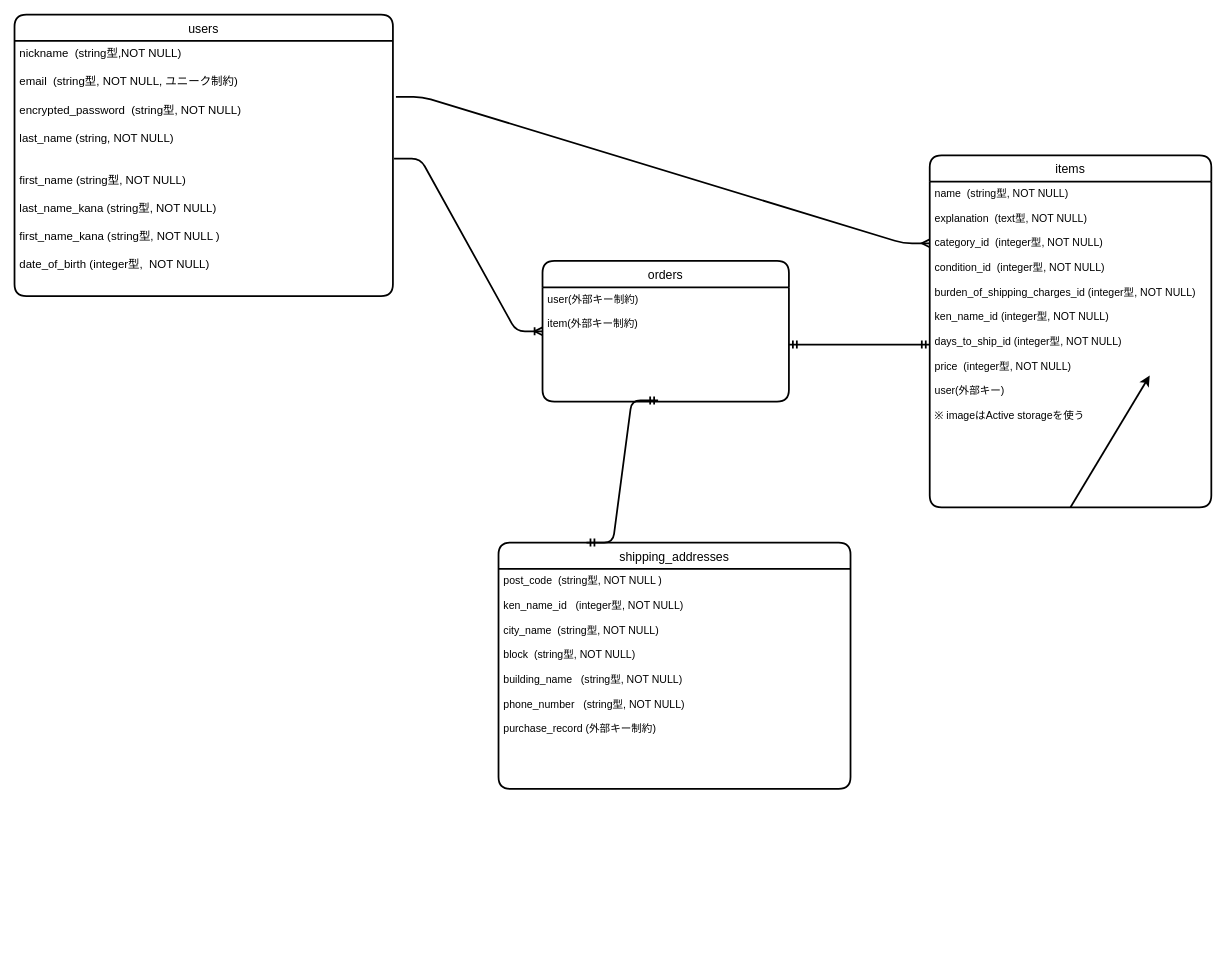
Earlier version of the draw.io diagram furima.dio (SAZAMUGAN/furima-37792). Source tidied: cells renumbered, new cells numbered last; positions are measured from the earlier drawing's top-left corner, leaving out a move shared by most shapes. Both pictures are drawn from the tidied source at 88%, with x=0, y=0 at pixel (14, 14).
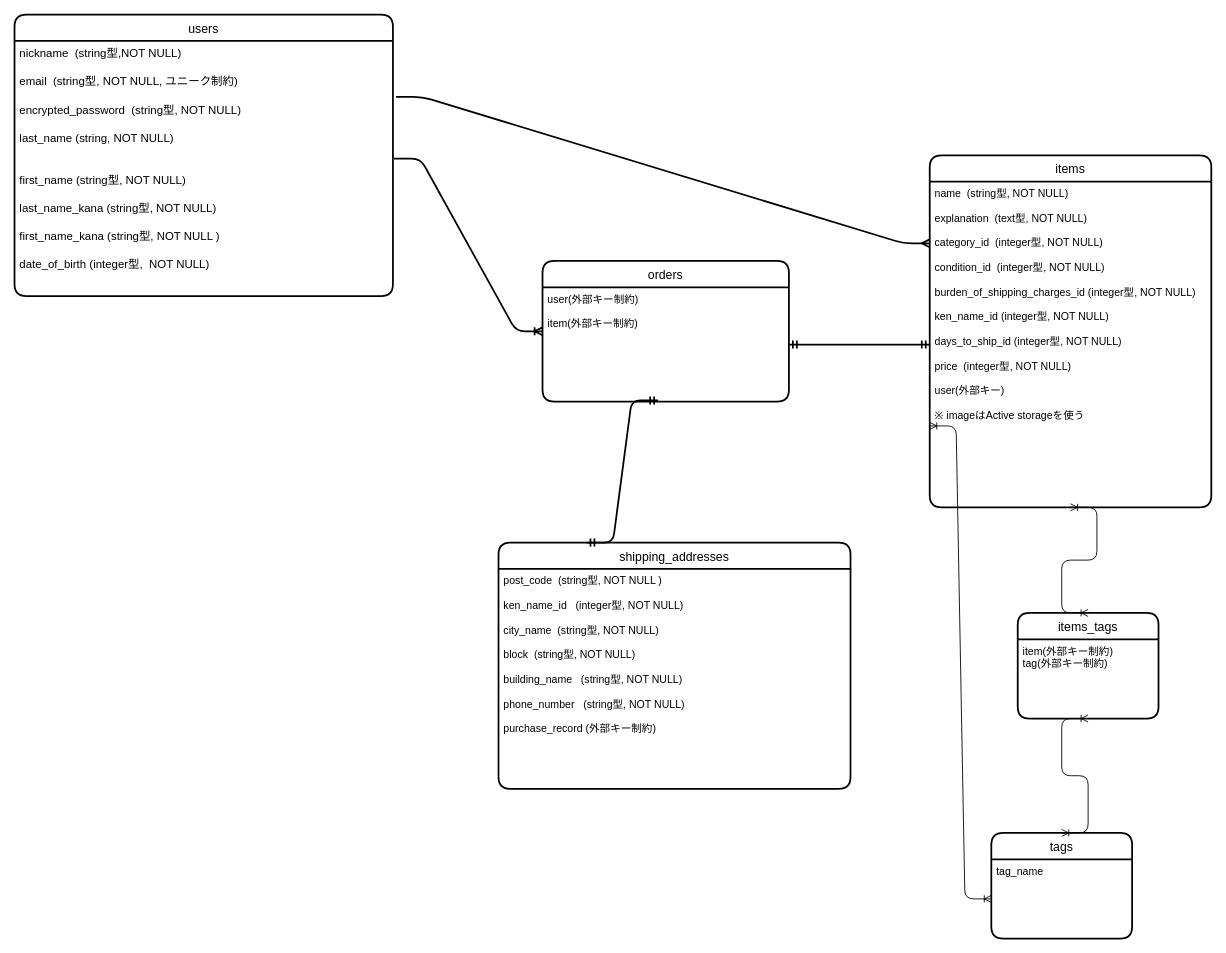
The same diagram, later.

Commit message (it also covers changes not shown here):
READMEとER図の編集

The change refers to these unchanged cells:
```xml
<mxCell id="5" value="name  (string型, NOT NULL)&#10;&#10;explanation  (text型, NOT NULL)&#10;&#10;category_id  (integer型, NOT NULL)&#10;&#10;condition_id  (integer型, NOT NULL)&#10;&#10;burden_of_shipping_charges_id (integer型, NOT NULL)&#10;&#10;ken_name_id (integer型, NOT NULL)&#10;&#10;days_to_ship_id (integer型, NOT NULL)&#10;&#10;price  (integer型, NOT NULL)&#10;&#10;user(外部キー)&#10;&#10;※ imageはActive storageを使う" style="align=left;strokeColor=none;fillColor=none;spacingLeft=4;fontSize=12;verticalAlign=top;" parent="4" vertex="1">
  <mxGeometry y="30" width="320" height="370" as="geometry" />
</mxCell>
```

Change to the diagram source:
```diff
@@
-    <mxCell id="12" style="edgeStyle=none;html=1;exitX=0.5;exitY=1;exitDx=0;exitDy=0;strokeWidth=2;" parent="1" edge="1" source="5">
-      <mxGeometry relative="1" as="geometry">
-        <mxPoint x="1290" y="410.3" as="targetPoint" />
-      </mxGeometry>
-    </mxCell>
@@
+    <mxCell id="15" value="tags" style="swimlane;horizontal=1;startSize=30;rounded=1;fontSize=14;fontStyle=0;strokeWidth=2;shadow=0;dashed=0;align=center;" parent="1" vertex="1">
+      <mxGeometry x="1110" y="930" width="160" height="120" as="geometry" />
+    </mxCell>
+    <mxCell id="16" value="tag_name&#10;" style="align=left;strokeColor=none;fillColor=none;spacingLeft=4;fontSize=12;verticalAlign=top;" parent="15" vertex="1">
+      <mxGeometry y="30" width="160" height="90" as="geometry" />
+    </mxCell>
+    <mxCell id="17" value="items_tags" style="swimlane;horizontal=1;startSize=30;rounded=1;fontSize=14;fontStyle=0;strokeWidth=2;shadow=0;dashed=0;align=center;" parent="1" vertex="1">
+      <mxGeometry x="1140" y="680" width="160" height="120" as="geometry" />
+    </mxCell>
+    <mxCell id="18" value="item(外部キー制約)&#10;tag(外部キー制約)" style="align=left;strokeColor=none;fillColor=none;spacingLeft=4;fontSize=12;verticalAlign=top;" parent="17" vertex="1">
+      <mxGeometry y="30" width="160" height="90" as="geometry" />
+    </mxCell>
+    <mxCell id="19" style="edgeStyle=entityRelationEdgeStyle;fontSize=12;html=1;endArrow=ERoneToMany;startArrow=ERoneToMany;exitX=0;exitY=0.5;exitDx=0;exitDy=0;entryX=0;entryY=0.75;entryDx=0;entryDy=0;" parent="1" edge="1" source="16" target="5">
+      <mxGeometry relative="1" as="geometry" />
+    </mxCell>
+    <mxCell id="20" style="edgeStyle=entityRelationEdgeStyle;fontSize=12;html=1;endArrow=ERoneToMany;startArrow=ERoneToMany;entryX=0.5;entryY=1;entryDx=0;entryDy=0;exitX=0.5;exitY=0;exitDx=0;exitDy=0;" parent="1" edge="1" source="17" target="5">
+      <mxGeometry relative="1" as="geometry" />
+    </mxCell>
+    <mxCell id="21" style="edgeStyle=entityRelationEdgeStyle;fontSize=12;html=1;endArrow=ERoneToMany;startArrow=ERoneToMany;exitX=0.5;exitY=0;exitDx=0;exitDy=0;entryX=0.5;entryY=1;entryDx=0;entryDy=0;" parent="1" edge="1" source="15" target="18">
+      <mxGeometry relative="1" as="geometry" />
+    </mxCell>
```
